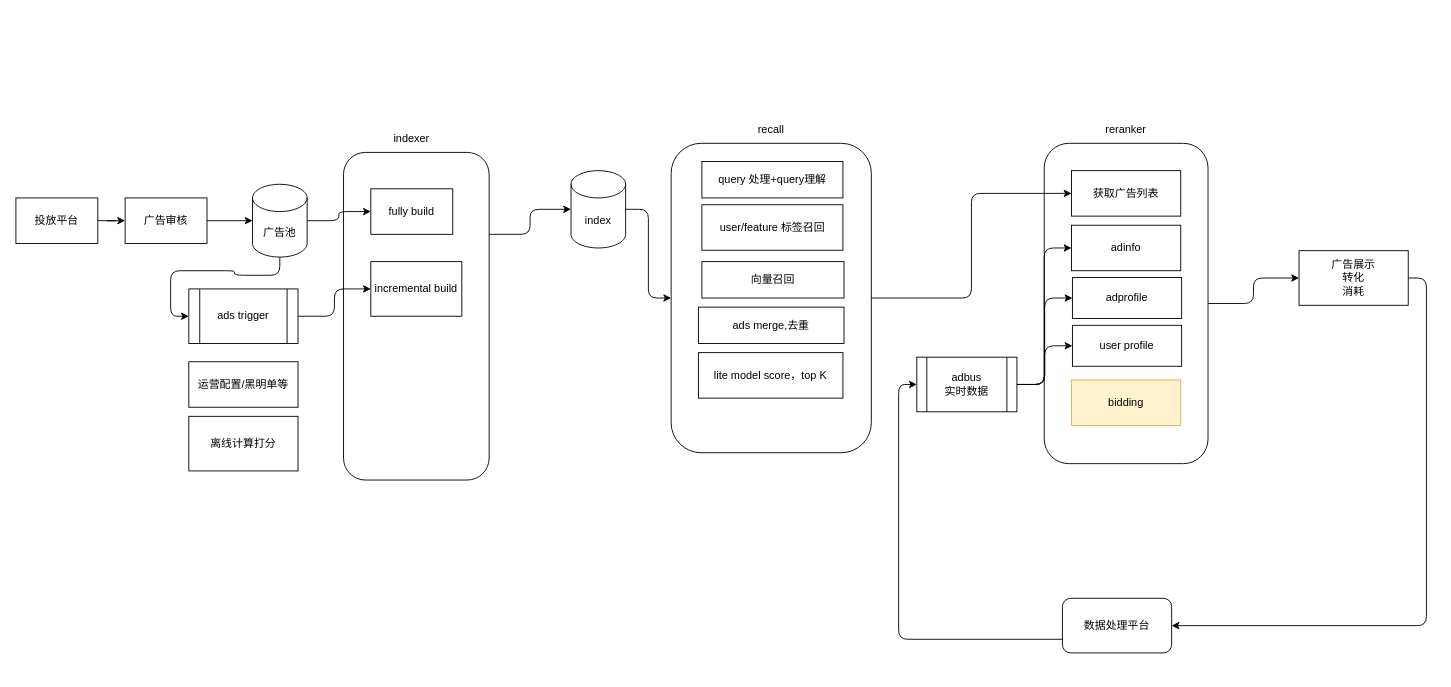
The draw.io diagram source/diagrams/ads.drawio in wxquare/wxquare.github.io, before the edit. Source tidied: cells renumbered, new cells numbered last; positions are measured from the earlier drawing's top-left corner, leaving out a move shared by most shapes. Both pictures are drawn from the tidied source at 91%, with x=0, y=0 at pixel (15, 116).
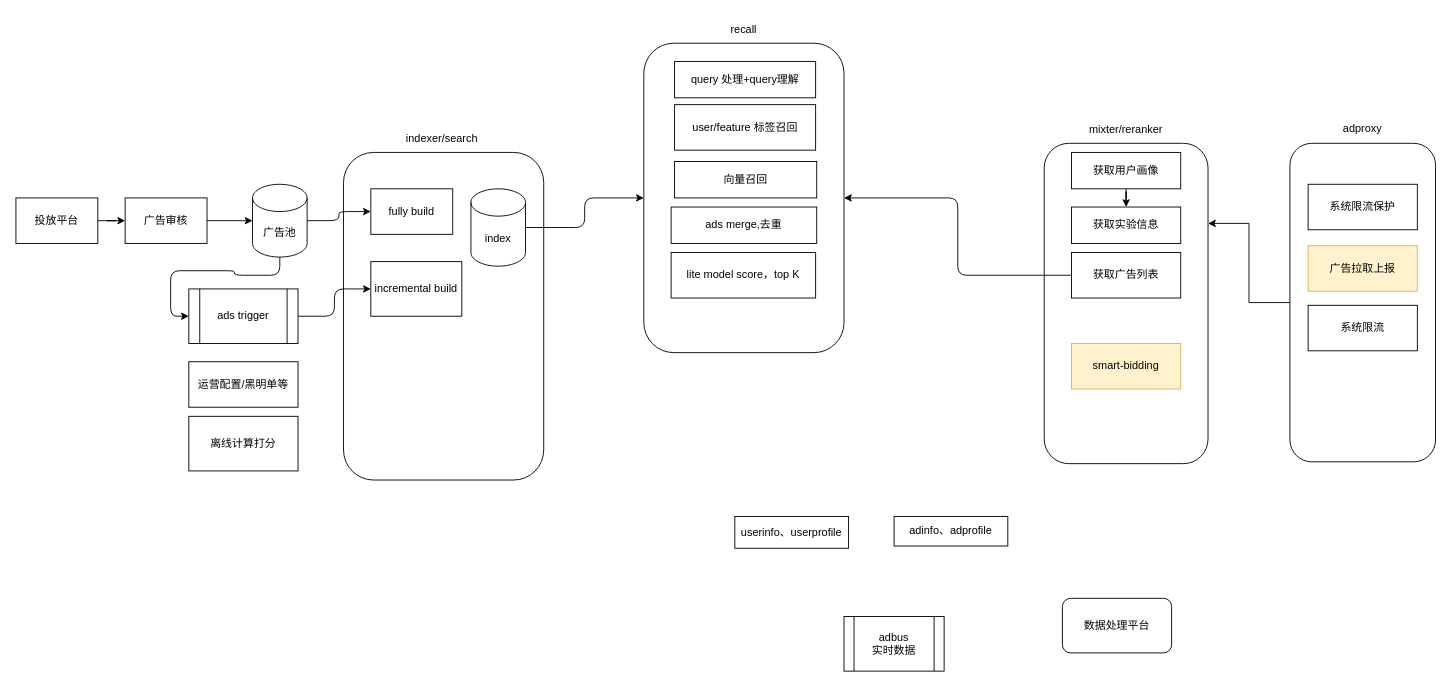
The same diagram, later.

The change refers to these unchanged cells:
```xml
<mxCell id="28" style="rounded=1;whiteSpace=wrap;html=1;" parent="1" vertex="1">
  <mxGeometry x="1130" y="30" width="180" height="352" as="geometry" />
</mxCell>
<mxCell id="43" value="数据处理平台" style="rounded=1;whiteSpace=wrap;html=1;" parent="1" vertex="1">
  <mxGeometry x="1150" y="530" width="120" height="60" as="geometry" />
</mxCell>
```

What changed in the source:
```diff
@@
-    <mxCell id="8" style="edgeStyle=orthogonalEdgeStyle;rounded=1;jettySize=auto;html=1;exitX=1;exitY=0.25;exitDx=0;exitDy=0;entryX=0;entryY=0.5;entryDx=0;entryDy=0;entryPerimeter=0;" parent="1" edge="1" source="9" target="11">
-      <mxGeometry relative="1" as="geometry" />
-    </mxCell>
     <mxCell id="9" style="rounded=1;whiteSpace=wrap;html=1;" parent="1" vertex="1">
-      <mxGeometry x="360" y="40" width="160" height="360" as="geometry" />
+      <mxGeometry x="360" y="40" width="220" height="360" as="geometry" />
     </mxCell>
@@
     <mxCell id="11" value="index" style="shape=cylinder3;whiteSpace=wrap;html=1;boundedLbl=1;backgroundOutline=1;size=15;" parent="1" vertex="1">
-      <mxGeometry x="610" y="60" width="60" height="85" as="geometry" />
+      <mxGeometry x="500" y="80" width="60" height="85" as="geometry" />
     </mxCell>
@@
-    <mxCell id="19" value="indexer" style="text;html=1;strokeColor=none;fillColor=none;align=center;verticalAlign=middle;whiteSpace=wrap;rounded=0;" parent="1" vertex="1">
-      <mxGeometry x="385" y="10" width="100" height="30" as="geometry" />
+    <mxCell id="19" value="indexer/search&amp;nbsp;" style="text;html=1;strokeColor=none;fillColor=none;align=center;verticalAlign=middle;whiteSpace=wrap;rounded=0;" parent="1" vertex="1">
+      <mxGeometry x="400" y="10" width="140" height="30" as="geometry" />
     </mxCell>
     <mxCell id="20" style="rounded=1;whiteSpace=wrap;html=1;" parent="1" vertex="1">
-      <mxGeometry x="720" y="30" width="220" height="340" as="geometry" />
+      <mxGeometry x="690" y="-80" width="220" height="340" as="geometry" />
     </mxCell>
     <mxCell id="21" value="recall" style="text;html=1;strokeColor=none;fillColor=none;align=center;verticalAlign=middle;whiteSpace=wrap;rounded=0;" parent="1" vertex="1">
-      <mxGeometry x="780" width="100" height="30" as="geometry" />
+      <mxGeometry x="750" y="-110" width="100" height="30" as="geometry" />
     </mxCell>
     <mxCell id="22" value="query 处理+query理解" style="rounded=0;whiteSpace=wrap;html=1;" parent="1" vertex="1">
-      <mxGeometry x="753.8" y="50" width="155" height="40" as="geometry" />
+      <mxGeometry x="723.8" y="-60" width="155" height="40" as="geometry" />
     </mxCell>
     <mxCell id="23" value="user/feature 标签召回" style="rounded=0;whiteSpace=wrap;html=1;" parent="1" vertex="1">
-      <mxGeometry x="753.8" y="97.5" width="155" height="50" as="geometry" />
+      <mxGeometry x="723.8" y="-12.5" width="155" height="50" as="geometry" />
     </mxCell>
     <mxCell id="24" value="向量召回" style="rounded=0;whiteSpace=wrap;html=1;" parent="1" vertex="1">
-      <mxGeometry x="753.8" y="160" width="156.2" height="40" as="geometry" />
+      <mxGeometry x="723.8" y="50" width="156.2" height="40" as="geometry" />
     </mxCell>
     <mxCell id="25" value="ads merge,去重" style="rounded=0;whiteSpace=wrap;html=1;" parent="1" vertex="1">
-      <mxGeometry x="750" y="210" width="160" height="40" as="geometry" />
+      <mxGeometry x="720" y="100" width="160" height="40" as="geometry" />
     </mxCell>
     <mxCell id="26" value="lite model score，top K" style="rounded=0;whiteSpace=wrap;html=1;" parent="1" vertex="1">
-      <mxGeometry x="750" y="260" width="158.8" height="50" as="geometry" />
+      <mxGeometry x="720" y="150" width="158.8" height="50" as="geometry" />
     </mxCell>
-    <mxCell id="27" style="edgeStyle=orthogonalEdgeStyle;rounded=1;jettySize=auto;html=1;exitX=1;exitY=0.5;exitDx=0;exitDy=0;" parent="1" edge="1" source="28" target="41">
-      <mxGeometry relative="1" as="geometry" />
-    </mxCell>
@@
-    <mxCell id="29" value="reranker" style="text;html=1;strokeColor=none;fillColor=none;align=center;verticalAlign=middle;whiteSpace=wrap;rounded=0;" parent="1" vertex="1">
+    <mxCell id="29" value="mixter/reranker" style="text;html=1;strokeColor=none;fillColor=none;align=center;verticalAlign=middle;whiteSpace=wrap;rounded=0;" parent="1" vertex="1">
       <mxGeometry x="1190" width="60" height="30" as="geometry" />
     </mxCell>
+    <mxCell id="44" style="edgeStyle=orthogonalEdgeStyle;rounded=1;jettySize=auto;html=1;exitX=0;exitY=0.5;exitDx=0;exitDy=0;entryX=1;entryY=0.5;entryDx=0;entryDy=0;" parent="1" edge="1" source="30" target="20">
+      <mxGeometry relative="1" as="geometry" />
+    </mxCell>
     <mxCell id="30" value="获取广告列表" style="rounded=0;whiteSpace=wrap;html=1;" parent="1" vertex="1">
-      <mxGeometry x="1160" y="60" width="120" height="50" as="geometry" />
+      <mxGeometry x="1160" y="150" width="120" height="50" as="geometry" />
     </mxCell>
-    <mxCell id="31" style="edgeStyle=orthogonalEdgeStyle;rounded=1;jettySize=auto;html=1;exitX=1;exitY=0.5;exitDx=0;exitDy=0;entryX=0;entryY=0.5;entryDx=0;entryDy=0;" parent="1" edge="1" source="20" target="30">
-      <mxGeometry relative="1" as="geometry" />
-    </mxCell>
-    <mxCell id="32" value="adinfo" style="rounded=0;whiteSpace=wrap;html=1;" parent="1" vertex="1">
-      <mxGeometry x="1160" y="120" width="120" height="50" as="geometry" />
-    </mxCell>
-    <mxCell id="33" value="adprofile" style="rounded=0;whiteSpace=wrap;html=1;" parent="1" vertex="1">
-      <mxGeometry x="1161" y="177.5" width="120" height="45" as="geometry" />
+    <mxCell id="33" value="adinfo、adprofile" style="rounded=0;whiteSpace=wrap;html=1;" parent="1" vertex="1">
+      <mxGeometry x="965" y="440" width="125" height="32.5" as="geometry" />
     </mxCell>
-    <mxCell id="34" value="user profile" style="rounded=0;whiteSpace=wrap;html=1;" parent="1" vertex="1">
-      <mxGeometry x="1161" y="230" width="120" height="45" as="geometry" />
-    </mxCell>
-    <mxCell id="35" value="bidding" style="rounded=0;whiteSpace=wrap;html=1;fillColor=#fff2cc;strokeColor=#d6b656;" parent="1" vertex="1">
-      <mxGeometry x="1160" y="290" width="120" height="50" as="geometry" />
+    <mxCell id="35" value="smart-bidding" style="rounded=0;whiteSpace=wrap;html=1;fillColor=#fff2cc;strokeColor=#d6b656;" parent="1" vertex="1">
+      <mxGeometry x="1160" y="250" width="120" height="50" as="geometry" />
     </mxCell>
-    <mxCell id="36" style="edgeStyle=orthogonalEdgeStyle;rounded=1;jettySize=auto;html=1;exitX=1;exitY=0.5;exitDx=0;exitDy=0;entryX=0;entryY=0.5;entryDx=0;entryDy=0;" parent="1" edge="1" source="39" target="32">
-      <mxGeometry relative="1" as="geometry" />
-    </mxCell>
-    <mxCell id="37" style="edgeStyle=orthogonalEdgeStyle;rounded=1;jettySize=auto;html=1;exitX=1;exitY=0.5;exitDx=0;exitDy=0;entryX=0;entryY=0.5;entryDx=0;entryDy=0;" parent="1" edge="1" source="39" target="33">
-      <mxGeometry relative="1" as="geometry" />
-    </mxCell>
-    <mxCell id="38" style="edgeStyle=orthogonalEdgeStyle;rounded=1;jettySize=auto;html=1;exitX=1;exitY=0.5;exitDx=0;exitDy=0;entryX=0;entryY=0.5;entryDx=0;entryDy=0;" parent="1" edge="1" source="39" target="34">
-      <mxGeometry relative="1" as="geometry" />
-    </mxCell>
     <mxCell id="39" value="adbus&lt;br&gt;实时数据" style="shape=process;whiteSpace=wrap;html=1;backgroundOutline=1;" parent="1" vertex="1">
-      <mxGeometry x="990" y="265" width="110" height="60" as="geometry" />
+      <mxGeometry x="910" y="550" width="110" height="60" as="geometry" />
     </mxCell>
-    <mxCell id="40" style="edgeStyle=orthogonalEdgeStyle;rounded=1;jettySize=auto;html=1;exitX=1;exitY=0.5;exitDx=0;exitDy=0;entryX=1;entryY=0.5;entryDx=0;entryDy=0;" parent="1" edge="1" source="41" target="43">
-      <mxGeometry relative="1" as="geometry" />
-    </mxCell>
-    <mxCell id="41" value="广告展示&lt;br&gt;转化&lt;br&gt;消耗" style="rounded=0;whiteSpace=wrap;html=1;" parent="1" vertex="1">
-      <mxGeometry x="1410" y="148" width="120" height="60" as="geometry" />
-    </mxCell>
-    <mxCell id="42" style="edgeStyle=orthogonalEdgeStyle;rounded=1;jettySize=auto;html=1;exitX=0;exitY=0.75;exitDx=0;exitDy=0;entryX=0;entryY=0.5;entryDx=0;entryDy=0;" parent="1" edge="1" source="43" target="39">
-      <mxGeometry relative="1" as="geometry" />
-    </mxCell>
@@
+    <mxCell id="45" value="userinfo、userprofile" style="rounded=0;whiteSpace=wrap;html=1;" parent="1" vertex="1">
+      <mxGeometry x="790" y="440" width="125" height="35" as="geometry" />
+    </mxCell>
+    <mxCell id="46" style="edgeStyle=orthogonalEdgeStyle;rounded=0;jettySize=auto;html=1;exitX=0;exitY=0.5;exitDx=0;exitDy=0;entryX=1;entryY=0.25;entryDx=0;entryDy=0;" parent="1" edge="1" source="47" target="28">
+      <mxGeometry relative="1" as="geometry" />
+    </mxCell>
+    <mxCell id="47" style="rounded=1;whiteSpace=wrap;html=1;" parent="1" vertex="1">
+      <mxGeometry x="1400" y="30" width="160" height="350" as="geometry" />
+    </mxCell>
+    <mxCell id="48" value="adproxy" style="text;html=1;strokeColor=none;fillColor=none;align=center;verticalAlign=middle;whiteSpace=wrap;rounded=0;" parent="1" vertex="1">
+      <mxGeometry x="1450" y="-1" width="60" height="30" as="geometry" />
+    </mxCell>
+    <mxCell id="49" value="系统限流保护" style="rounded=0;whiteSpace=wrap;html=1;" parent="1" vertex="1">
+      <mxGeometry x="1420" y="75" width="120" height="50" as="geometry" />
+    </mxCell>
+    <mxCell id="50" value="广告拉取上报" style="rounded=0;whiteSpace=wrap;html=1;fillColor=#fff2cc;strokeColor=#d6b656;" parent="1" vertex="1">
+      <mxGeometry x="1420" y="142.5" width="120" height="50" as="geometry" />
+    </mxCell>
+    <mxCell id="51" value="系统限流" style="rounded=0;whiteSpace=wrap;html=1;" parent="1" vertex="1">
+      <mxGeometry x="1420" y="208" width="120" height="50" as="geometry" />
+    </mxCell>
+    <mxCell id="52" style="edgeStyle=orthogonalEdgeStyle;rounded=1;jettySize=auto;html=1;exitX=0.5;exitY=1;exitDx=0;exitDy=0;" parent="1" edge="1" source="53" target="54">
+      <mxGeometry relative="1" as="geometry" />
+    </mxCell>
+    <mxCell id="53" value="获取用户画像" style="rounded=0;whiteSpace=wrap;html=1;" parent="1" vertex="1">
+      <mxGeometry x="1160" y="40" width="120" height="40" as="geometry" />
+    </mxCell>
+    <mxCell id="54" value="获取实验信息" style="rounded=0;whiteSpace=wrap;html=1;" parent="1" vertex="1">
+      <mxGeometry x="1160" y="100" width="120" height="40" as="geometry" />
+    </mxCell>
```
